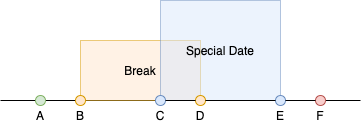
Above: TimelineBasic.png in korolvs/drawio-github (draw.io), before the change. Source tidied: cells renumbered, new cells last; positions are measured from the earlier drawing's top-left corner, leaving out a move shared by most shapes. Source of this version:
```xml
<mxGraphModel>
  <root>
    <mxCell id="0" />
    <mxCell id="1" parent="0" />
    <mxCell id="2" style="endArrow=none;html=1;" parent="1" edge="1" target="8">
      <mxGeometry relative="1" as="geometry">
        <mxPoint y="100" as="sourcePoint" />
      </mxGeometry>
    </mxCell>
    <mxCell id="3" style="endArrow=none;html=1;" parent="1" edge="1" source="13">
      <mxGeometry relative="1" as="geometry">
        <mxPoint x="360" y="100" as="targetPoint" />
      </mxGeometry>
    </mxCell>
    <mxCell id="4" value="Break" style="rounded=0;whiteSpace=wrap;html=1;fillColor=#ffe6cc;opacity=50;strokeColor=#d79b00;" parent="1" vertex="1">
      <mxGeometry x="80" y="40" width="120" height="60" as="geometry" />
    </mxCell>
    <mxCell id="5" value="Special Date" style="rounded=0;whiteSpace=wrap;html=1;fillColor=#dae8fc;opacity=50;strokeColor=#6c8ebf;" parent="1" vertex="1">
      <mxGeometry x="160" width="120" height="100" as="geometry" />
    </mxCell>
    <mxCell id="6" style="ellipse;whiteSpace=wrap;html=1;fillColor=#d5e8d4;strokeColor=#82b366;" parent="1" vertex="1">
      <mxGeometry x="35" y="95" width="10" height="10" as="geometry" />
    </mxCell>
    <mxCell id="7" style="ellipse;whiteSpace=wrap;html=1;fillColor=#ffe6cc;strokeColor=#d79b00;" parent="1" vertex="1">
      <mxGeometry x="75" y="95" width="10" height="10" as="geometry" />
    </mxCell>
    <mxCell id="8" style="ellipse;whiteSpace=wrap;html=1;fillColor=#dae8fc;strokeColor=#6c8ebf;" parent="1" vertex="1">
      <mxGeometry x="155" y="95" width="10" height="10" as="geometry" />
    </mxCell>
    <mxCell id="9" style="ellipse;whiteSpace=wrap;html=1;fillColor=#ffe6cc;strokeColor=#d79b00;" parent="1" vertex="1">
      <mxGeometry x="195" y="95" width="10" height="10" as="geometry" />
    </mxCell>
    <mxCell id="10" style="endArrow=none;html=1;" parent="1" edge="1" source="8" target="9">
      <mxGeometry relative="1" as="geometry" />
    </mxCell>
    <mxCell id="11" style="ellipse;whiteSpace=wrap;html=1;fillColor=#dae8fc;strokeColor=#6c8ebf;" parent="1" vertex="1">
      <mxGeometry x="275" y="95" width="10" height="10" as="geometry" />
    </mxCell>
    <mxCell id="12" style="endArrow=none;html=1;" parent="1" edge="1" source="9" target="11">
      <mxGeometry relative="1" as="geometry" />
    </mxCell>
    <mxCell id="13" style="ellipse;whiteSpace=wrap;html=1;fillColor=#f8cecc;strokeColor=#b85450;" parent="1" vertex="1">
      <mxGeometry x="315" y="95" width="10" height="10" as="geometry" />
    </mxCell>
    <mxCell id="14" style="endArrow=none;html=1;" parent="1" edge="1" source="11" target="13">
      <mxGeometry relative="1" as="geometry" />
    </mxCell>
    <mxCell id="15" value="A" style="text;html=1;strokeColor=none;fillColor=none;align=center;verticalAlign=middle;whiteSpace=wrap;rounded=0;" parent="1" vertex="1">
      <mxGeometry x="30" y="105" width="20" height="20" as="geometry" />
    </mxCell>
    <mxCell id="16" value="B" style="text;html=1;strokeColor=none;fillColor=none;align=center;verticalAlign=middle;whiteSpace=wrap;rounded=0;" parent="1" vertex="1">
      <mxGeometry x="70" y="105" width="20" height="20" as="geometry" />
    </mxCell>
    <mxCell id="17" value="C" style="text;html=1;strokeColor=none;fillColor=none;align=center;verticalAlign=middle;whiteSpace=wrap;rounded=0;" parent="1" vertex="1">
      <mxGeometry x="150" y="105" width="20" height="20" as="geometry" />
    </mxCell>
    <mxCell id="18" value="D" style="text;html=1;strokeColor=none;fillColor=none;align=center;verticalAlign=middle;whiteSpace=wrap;rounded=0;" parent="1" vertex="1">
      <mxGeometry x="190" y="105" width="20" height="20" as="geometry" />
    </mxCell>
    <mxCell id="19" value="E" style="text;html=1;strokeColor=none;fillColor=none;align=center;verticalAlign=middle;whiteSpace=wrap;rounded=0;" parent="1" vertex="1">
      <mxGeometry x="270" y="105" width="20" height="20" as="geometry" />
    </mxCell>
    <mxCell id="20" value="F" style="text;html=1;strokeColor=none;fillColor=none;align=center;verticalAlign=middle;whiteSpace=wrap;rounded=0;" parent="1" vertex="1">
      <mxGeometry x="310" y="105" width="20" height="20" as="geometry" />
    </mxCell>
  </root>
</mxGraphModel>
```
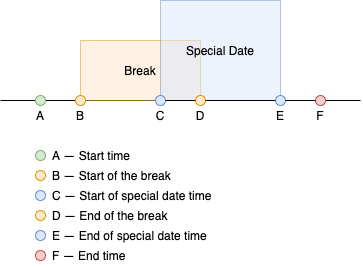
After the commit.

What changed in the source:
```diff
@@ -63,5 +63,41 @@
     <mxCell id="20" value="F" style="text;html=1;strokeColor=none;fillColor=none;align=center;verticalAlign=middle;whiteSpace=wrap;rounded=0;" parent="1" vertex="1">
       <mxGeometry x="310" y="105" width="20" height="20" as="geometry" />
     </mxCell>
+    <mxCell id="21" style="ellipse;whiteSpace=wrap;html=1;fillColor=#d5e8d4;strokeColor=#82b366;" parent="1" vertex="1">
+      <mxGeometry x="35" y="150" width="10" height="10" as="geometry" />
+    </mxCell>
+    <mxCell id="22" value="A — Start time" style="text;html=1;strokeColor=none;fillColor=none;align=left;verticalAlign=middle;whiteSpace=wrap;rounded=0;" parent="1" vertex="1">
+      <mxGeometry x="50" y="145" width="265" height="20" as="geometry" />
+    </mxCell>
+    <mxCell id="23" style="ellipse;whiteSpace=wrap;html=1;fillColor=#ffe6cc;strokeColor=#d79b00;" parent="1" vertex="1">
+      <mxGeometry x="35" y="170" width="10" height="10" as="geometry" />
+    </mxCell>
+    <mxCell id="24" value="B — Start of the break" style="text;html=1;strokeColor=none;fillColor=none;align=left;verticalAlign=middle;whiteSpace=wrap;rounded=0;" parent="1" vertex="1">
+      <mxGeometry x="50" y="165" width="265" height="20" as="geometry" />
+    </mxCell>
+    <mxCell id="25" style="ellipse;whiteSpace=wrap;html=1;fillColor=#dae8fc;strokeColor=#6c8ebf;" parent="1" vertex="1">
+      <mxGeometry x="35" y="190" width="10" height="10" as="geometry" />
+    </mxCell>
+    <mxCell id="26" value="C — Start of special date time" style="text;html=1;strokeColor=none;fillColor=none;align=left;verticalAlign=middle;whiteSpace=wrap;rounded=0;" parent="1" vertex="1">
+      <mxGeometry x="50" y="185" width="265" height="20" as="geometry" />
+    </mxCell>
+    <mxCell id="27" style="ellipse;whiteSpace=wrap;html=1;fillColor=#ffe6cc;strokeColor=#d79b00;" parent="1" vertex="1">
+      <mxGeometry x="35" y="210" width="10" height="10" as="geometry" />
+    </mxCell>
+    <mxCell id="28" value="D — End of the break" style="text;html=1;strokeColor=none;fillColor=none;align=left;verticalAlign=middle;whiteSpace=wrap;rounded=0;" parent="1" vertex="1">
+      <mxGeometry x="50" y="205" width="265" height="20" as="geometry" />
+    </mxCell>
+    <mxCell id="29" style="ellipse;whiteSpace=wrap;html=1;fillColor=#dae8fc;strokeColor=#6c8ebf;" parent="1" vertex="1">
+      <mxGeometry x="35" y="230" width="10" height="10" as="geometry" />
+    </mxCell>
+    <mxCell id="30" value="E — End of special date time" style="text;html=1;strokeColor=none;fillColor=none;align=left;verticalAlign=middle;whiteSpace=wrap;rounded=0;" parent="1" vertex="1">
+      <mxGeometry x="50" y="225" width="265" height="20" as="geometry" />
+    </mxCell>
+    <mxCell id="31" style="ellipse;whiteSpace=wrap;html=1;fillColor=#f8cecc;strokeColor=#b85450;" parent="1" vertex="1">
+      <mxGeometry x="35" y="250" width="10" height="10" as="geometry" />
+    </mxCell>
+    <mxCell id="32" value="F — End time" style="text;html=1;strokeColor=none;fillColor=none;align=left;verticalAlign=middle;whiteSpace=wrap;rounded=0;" parent="1" vertex="1">
+      <mxGeometry x="50" y="245" width="265" height="20" as="geometry" />
+    </mxCell>
   </root>
 </mxGraphModel>
```
